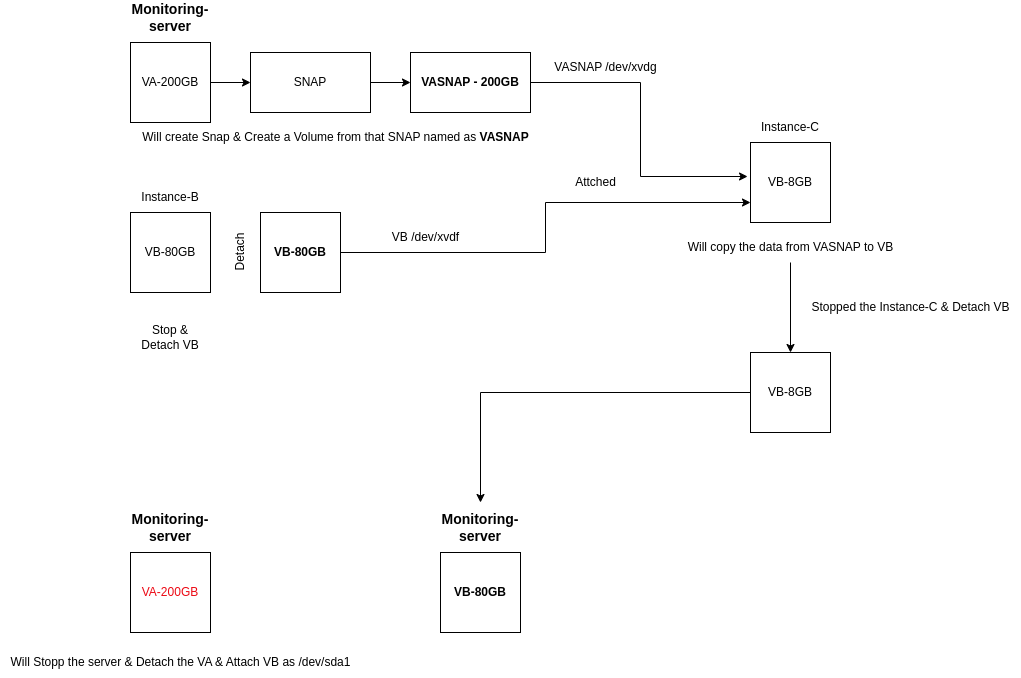
This is Decrease EBS Volume of Monitoring-Grafana server.drawio.png from chetansomkuwar/arch, a draw.io export, as it was before one commit. Source tidied: cells renumbered, new cells last; positions are measured from the earlier drawing's top-left corner, leaving out a move shared by most shapes.
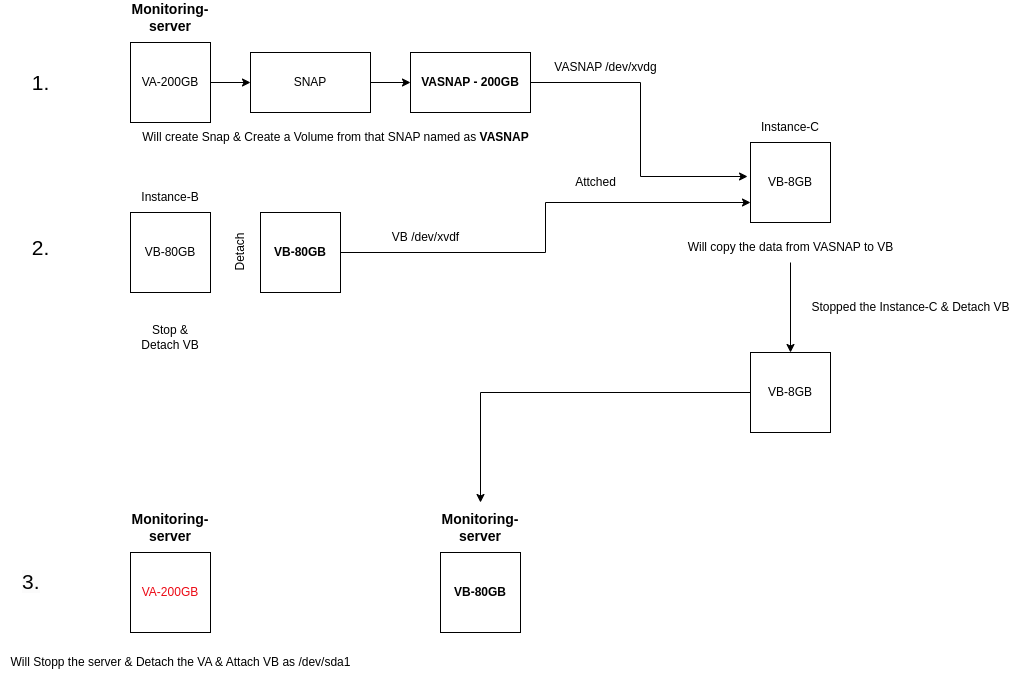
After the change.

The edit, as a diff of the source:
```diff
@@ -96,5 +96,14 @@
     <mxCell id="30" value="&lt;b&gt;&lt;font style=&quot;font-size: 14px;&quot;&gt;Monitoring-server&lt;/font&gt;&lt;/b&gt;" style="text;html=1;strokeColor=none;fillColor=none;align=center;verticalAlign=middle;whiteSpace=wrap;rounded=0;" parent="1" vertex="1">
       <mxGeometry x="450" y="510" width="60" height="30" as="geometry" />
     </mxCell>
+    <mxCell id="31" value="&lt;font style=&quot;font-size: 21px;&quot;&gt;1.&lt;/font&gt;" style="text;html=1;align=center;verticalAlign=middle;strokeColor=none;fillColor=none;" parent="1" vertex="1">
+      <mxGeometry x="20" y="60" width="40" height="40" as="geometry" />
+    </mxCell>
+    <mxCell id="32" value="&lt;font style=&quot;font-size: 21px;&quot;&gt;2.&lt;/font&gt;" style="text;html=1;align=center;verticalAlign=middle;strokeColor=none;fillColor=none;" parent="1" vertex="1">
+      <mxGeometry x="20" y="225" width="40" height="40" as="geometry" />
+    </mxCell>
+    <mxCell id="33" value="&lt;span style=&quot;color: rgb(0, 0, 0); font-family: Helvetica; font-size: 21px; font-style: normal; font-variant-ligatures: normal; font-variant-caps: normal; font-weight: 400; letter-spacing: normal; orphans: 2; text-align: center; text-indent: 0px; text-transform: none; widows: 2; word-spacing: 0px; -webkit-text-stroke-width: 0px; background-color: rgb(251, 251, 251); text-decoration-thickness: initial; text-decoration-style: initial; text-decoration-color: initial; float: none; display: inline !important;&quot;&gt;3.&lt;br&gt;&lt;br&gt;&lt;/span&gt;" style="text;whiteSpace=wrap;html=1;" parent="1" vertex="1">
+      <mxGeometry x="20" y="560" width="50" height="50" as="geometry" />
+    </mxCell>
   </root>
 </mxGraphModel>
```
